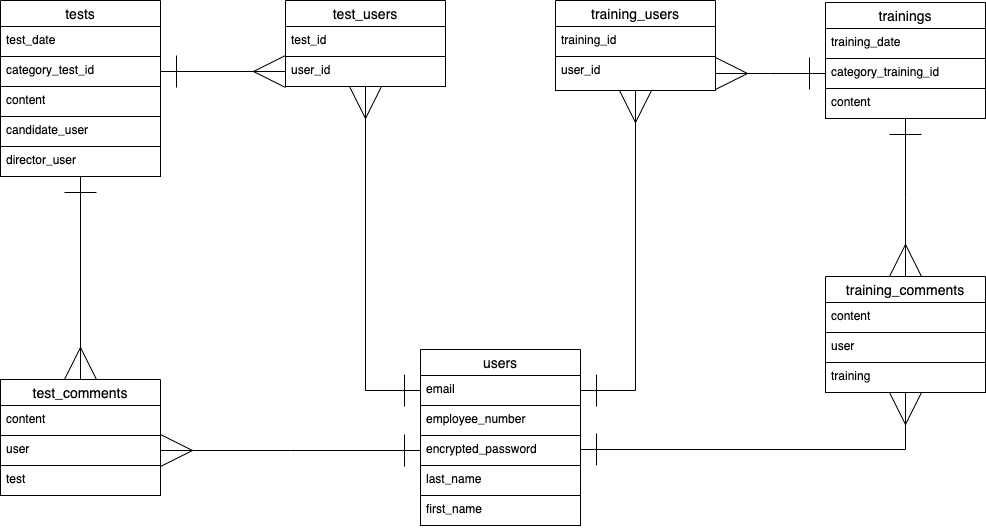
Earlier version of the draw.io export trainingAppER.drawio.png (matsuikohei/trainingApp). Source tidied: cells renumbered, new cells last; positions are measured from the earlier drawing's top-left corner, leaving out a move shared by most shapes.
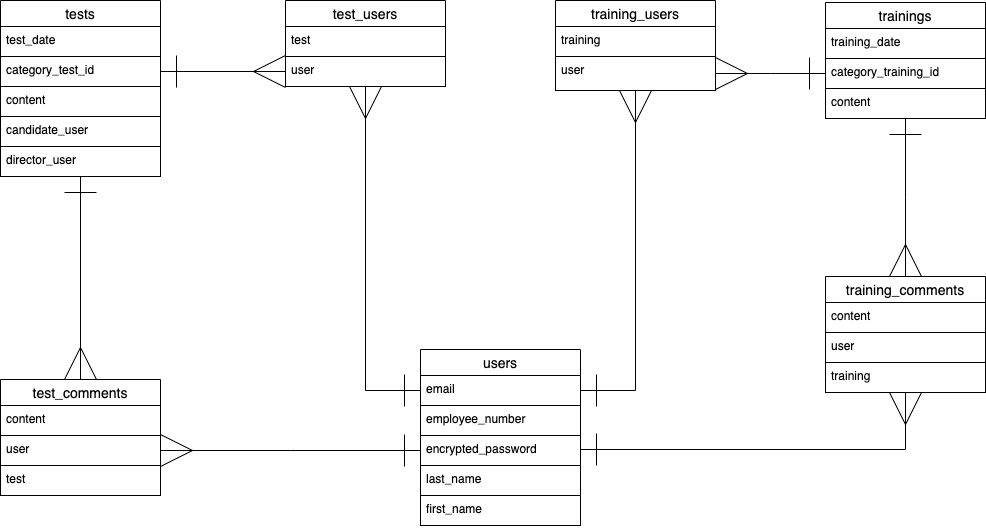
Later version of the same file.

Commit message:
状態遷移図、ER図の修正

What changed in the source:
```diff
@@ -77,19 +77,19 @@
     <mxCell id="26" value="test_users" style="swimlane;fontStyle=0;horizontal=1;startSize=26;align=center;fontSize=14;" parent="1" vertex="1">
       <mxGeometry x="285" width="160" height="86" as="geometry" />
     </mxCell>
-    <mxCell id="27" value="test_id" style="text;strokeColor=default;fillColor=none;spacingLeft=4;spacingRight=4;overflow=hidden;fontSize=12;" parent="26" vertex="1">
+    <mxCell id="27" value="test" style="text;strokeColor=default;fillColor=none;spacingLeft=4;spacingRight=4;overflow=hidden;fontSize=12;" parent="26" vertex="1">
       <mxGeometry y="26" width="160" height="30" as="geometry" />
     </mxCell>
-    <mxCell id="28" value="user_id" style="text;strokeColor=default;fillColor=none;spacingLeft=4;spacingRight=4;overflow=hidden;points=[[0,0.5],[1,0.5]];portConstraint=eastwest;fontSize=12;" parent="26" vertex="1">
+    <mxCell id="28" value="user" style="text;strokeColor=default;fillColor=none;spacingLeft=4;spacingRight=4;overflow=hidden;points=[[0,0.5],[1,0.5]];portConstraint=eastwest;fontSize=12;" parent="26" vertex="1">
       <mxGeometry y="56" width="160" height="30" as="geometry" />
     </mxCell>
     <mxCell id="29" value="training_users" style="swimlane;fontStyle=0;horizontal=1;startSize=26;align=center;fontSize=14;" parent="1" vertex="1">
       <mxGeometry x="555" width="160" height="90" as="geometry" />
     </mxCell>
-    <mxCell id="30" value="training_id" style="text;strokeColor=default;fillColor=none;spacingLeft=4;spacingRight=4;overflow=hidden;fontSize=12;" parent="29" vertex="1">
+    <mxCell id="30" value="training" style="text;strokeColor=default;fillColor=none;spacingLeft=4;spacingRight=4;overflow=hidden;fontSize=12;" parent="29" vertex="1">
       <mxGeometry y="26" width="160" height="30" as="geometry" />
     </mxCell>
-    <mxCell id="31" value="user_id" style="text;strokeColor=default;fillColor=none;spacingLeft=4;spacingRight=4;overflow=hidden;points=[[0,0.5],[1,0.5]];portConstraint=eastwest;fontSize=12;" parent="29" vertex="1">
+    <mxCell id="31" value="user" style="text;strokeColor=default;fillColor=none;spacingLeft=4;spacingRight=4;overflow=hidden;points=[[0,0.5],[1,0.5]];portConstraint=eastwest;fontSize=12;" parent="29" vertex="1">
       <mxGeometry y="56" width="160" height="34" as="geometry" />
     </mxCell>
     <mxCell id="32" style="edgeStyle=none;rounded=0;html=1;entryX=0;entryY=0.5;entryDx=0;entryDy=0;startArrow=ERone;startFill=0;endArrow=ERmany;endFill=0;startSize=30;endSize=30;" parent="1" edge="1" source="14" target="28">
```
